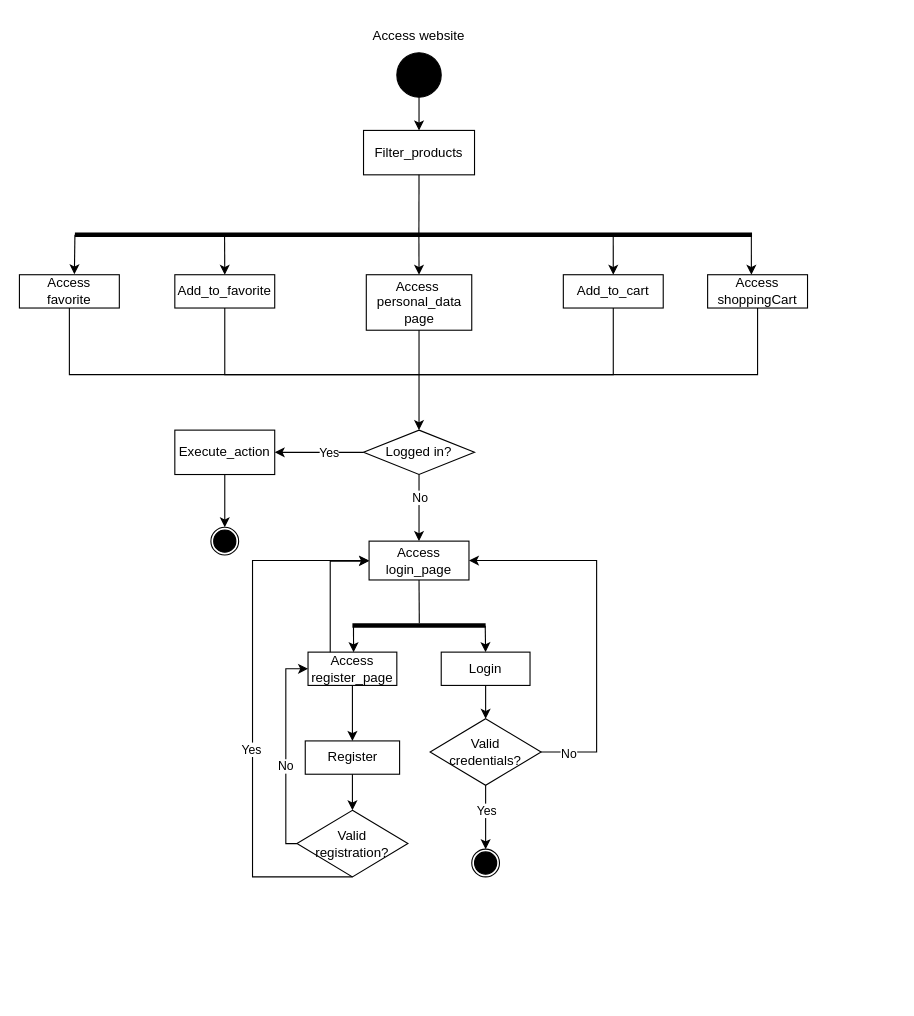
sergiusergiu1234/licenta keeps this draw.io diagram as Diagrame/Activity diagram 2.drawio. Above is the earlier version. Source tidied: cells renumbered, new cells numbered last; positions are measured from the earlier drawing's top-left corner, leaving out a move shared by most shapes. Both pictures are drawn from the tidied source at 111%, with x=0, y=0 at pixel (19, 19).
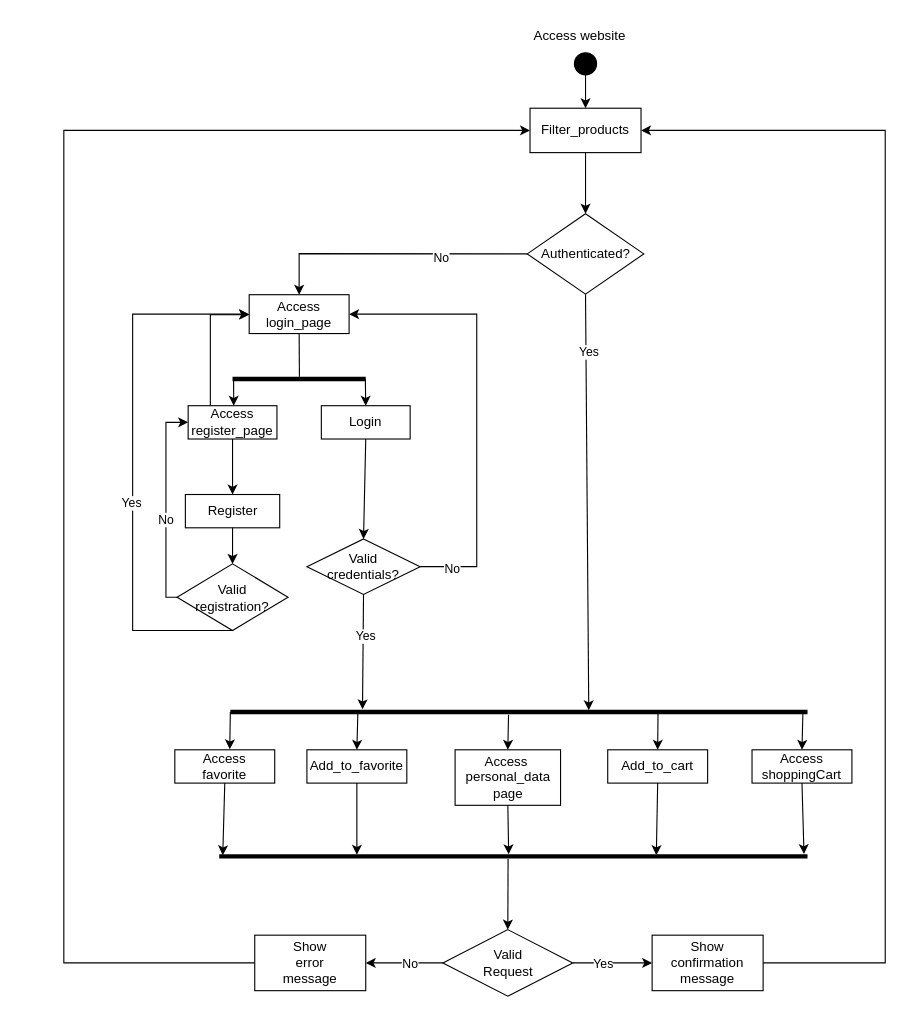
The same page after the edit.

Change to the diagram source:
```diff
@@
     <mxCell id="2" style="ellipse;whiteSpace=wrap;html=1;fillColor=#000000;" parent="1" vertex="1">
-      <mxGeometry x="340" y="30" width="40" height="40" as="geometry" />
+      <mxGeometry x="500" y="30" width="20" height="20" as="geometry" />
     </mxCell>
     <mxCell id="3" value="Access website" style="text;html=1;strokeColor=none;fillColor=none;align=center;verticalAlign=middle;whiteSpace=wrap;rounded=0;" parent="1" vertex="1">
-      <mxGeometry x="305" width="110" height="30" as="geometry" />
+      <mxGeometry x="450" width="110" height="30" as="geometry" />
     </mxCell>
-    <mxCell id="4" style="endArrow=classic;html=1;rounded=0;exitX=0.5;exitY=1;exitDx=0;exitDy=0;entryX=0.5;entryY=0;entryDx=0;entryDy=0;" parent="1" edge="1" source="2" target="5">
-      <mxGeometry relative="1" as="geometry" />
+    <mxCell id="4" style="endArrow=classic;html=1;rounded=0;exitX=0.5;exitY=1;exitDx=0;exitDy=0;entryX=0.5;entryY=0;entryDx=0;entryDy=0;" parent="1" edge="1" target="5">
+      <mxGeometry relative="1" as="geometry">
+        <mxPoint x="510" y="50" as="sourcePoint" />
+      </mxGeometry>
     </mxCell>
     <mxCell id="5" value="Filter_products" style="rounded=0;whiteSpace=wrap;html=1;fillColor=#FFFFFF;" parent="1" vertex="1">
-      <mxGeometry x="310" y="100" width="100" height="40" as="geometry" />
+      <mxGeometry x="460" y="80" width="100" height="40" as="geometry" />
     </mxCell>
-    <mxCell id="6" style="endArrow=none;html=1;rounded=0;entryX=0.5;entryY=1;entryDx=0;entryDy=0;exitX=0.508;exitY=0.477;exitDx=0;exitDy=0;exitPerimeter=0;" parent="1" edge="1" source="7" target="5">
-      <mxGeometry relative="1" as="geometry" />
-    </mxCell>
     <mxCell id="7" style="line;strokeWidth=4;fillColor=none;align=left;verticalAlign=middle;spacingTop=-1;spacingLeft=3;spacingRight=3;labelPosition=right;points=[];portConstraint=eastwest;strokeColor=#000000;" parent="1" vertex="1">
-      <mxGeometry x="50" y="190" width="610" height="8" as="geometry" />
+      <mxGeometry x="190" y="620" width="520" height="8" as="geometry" />
     </mxCell>
-    <mxCell id="8" style="endArrow=classic;html=1;rounded=0;exitX=0.999;exitY=0.576;exitDx=0;exitDy=0;exitPerimeter=0;entryX=0.438;entryY=0;entryDx=0;entryDy=0;entryPerimeter=0;" parent="1" edge="1" source="7" target="12">
+    <mxCell id="8" style="endArrow=classic;html=1;rounded=0;entryX=0.5;entryY=0;entryDx=0;entryDy=0;exitX=0.992;exitY=0.524;exitDx=0;exitDy=0;exitPerimeter=0;" parent="1" edge="1" source="7" target="12">
       <mxGeometry relative="1" as="geometry" />
     </mxCell>
@@
-    <mxCell id="10" style="endArrow=classic;html=1;rounded=0;exitX=0.508;exitY=0.621;exitDx=0;exitDy=0;exitPerimeter=0;" parent="1" edge="1" source="7">
+    <mxCell id="10" style="endArrow=classic;html=1;rounded=0;exitX=0.482;exitY=0.815;exitDx=0;exitDy=0;exitPerimeter=0;" parent="1" edge="1" source="7">
       <mxGeometry relative="1" as="geometry">
-        <mxPoint x="360" y="230" as="targetPoint" />
+        <mxPoint x="440" y="658" as="targetPoint" />
       </mxGeometry>
     </mxCell>
     <mxCell id="11" value="Access&lt;br&gt;favorite" style="rounded=0;whiteSpace=wrap;html=1;fillColor=#FFFFFF;" parent="1" vertex="1">
-      <mxGeometry y="230" width="90" height="30" as="geometry" />
+      <mxGeometry x="140" y="658" width="90" height="30" as="geometry" />
     </mxCell>
     <mxCell id="12" value="Access&lt;br&gt;shoppingCart" style="rounded=0;whiteSpace=wrap;html=1;fillColor=#FFFFFF;" parent="1" vertex="1">
-      <mxGeometry x="620" y="230" width="90" height="30" as="geometry" />
+      <mxGeometry x="660" y="658" width="90" height="30" as="geometry" />
     </mxCell>
     <mxCell id="13" value="Add_to_favorite" style="rounded=0;whiteSpace=wrap;html=1;fillColor=#FFFFFF;" parent="1" vertex="1">
-      <mxGeometry x="140" y="230" width="90" height="30" as="geometry" />
+      <mxGeometry x="259" y="658" width="90" height="30" as="geometry" />
     </mxCell>
     <mxCell id="14" value="Add_to_cart" style="rounded=0;whiteSpace=wrap;html=1;fillColor=#FFFFFF;" parent="1" vertex="1">
-      <mxGeometry x="490" y="230" width="90" height="30" as="geometry" />
+      <mxGeometry x="530" y="658" width="90" height="30" as="geometry" />
     </mxCell>
     <mxCell id="15" value="Access&amp;nbsp;&lt;br&gt;personal_data&lt;br&gt;page" style="rounded=0;whiteSpace=wrap;html=1;fillColor=#FFFFFF;" parent="1" vertex="1">
-      <mxGeometry x="312.5" y="230" width="95" height="50" as="geometry" />
+      <mxGeometry x="392.5" y="658" width="95" height="50" as="geometry" />
     </mxCell>
-    <mxCell id="16" style="endArrow=classic;html=1;rounded=0;elbow=vertical;exitX=0.5;exitY=1;exitDx=0;exitDy=0;entryX=0.5;entryY=0;entryDx=0;entryDy=0;" parent="1" edge="1" source="15" target="17">
-      <mxGeometry relative="1" as="geometry" />
-    </mxCell>
-    <mxCell id="17" value="Logged in?" style="rhombus;whiteSpace=wrap;html=1;fillColor=#FFFFFF;" parent="1" vertex="1">
-      <mxGeometry x="310" y="370" width="100" height="40" as="geometry" />
-    </mxCell>
-    <mxCell id="18" style="endArrow=none;html=1;rounded=0;elbow=vertical;entryX=0.5;entryY=1;entryDx=0;entryDy=0;edgeStyle=elbowEdgeStyle;" parent="1" edge="1" target="11">
-      <mxGeometry relative="1" as="geometry">
-        <mxPoint x="360" y="320" as="sourcePoint" />
-        <Array as="points">
-          <mxPoint x="210" y="320" />
-        </Array>
-      </mxGeometry>
-    </mxCell>
-    <mxCell id="19" style="endArrow=none;html=1;rounded=0;elbow=vertical;entryX=0.5;entryY=1;entryDx=0;entryDy=0;edgeStyle=elbowEdgeStyle;" parent="1" edge="1" target="13">
-      <mxGeometry relative="1" as="geometry">
-        <mxPoint x="360" y="320" as="sourcePoint" />
-        <Array as="points">
-          <mxPoint x="280" y="320" />
-        </Array>
-      </mxGeometry>
-    </mxCell>
-    <mxCell id="20" style="endArrow=none;html=1;rounded=0;elbow=vertical;entryX=0.5;entryY=1;entryDx=0;entryDy=0;edgeStyle=elbowEdgeStyle;" parent="1" edge="1" target="14">
-      <mxGeometry relative="1" as="geometry">
-        <mxPoint x="360" y="320" as="sourcePoint" />
-        <Array as="points">
-          <mxPoint x="450" y="320" />
-        </Array>
-      </mxGeometry>
-    </mxCell>
-    <mxCell id="21" style="endArrow=none;html=1;rounded=0;elbow=vertical;entryX=0.5;entryY=1;entryDx=0;entryDy=0;edgeStyle=elbowEdgeStyle;" parent="1" edge="1" target="12">
-      <mxGeometry relative="1" as="geometry">
-        <mxPoint x="360" y="320" as="sourcePoint" />
-        <Array as="points">
-          <mxPoint x="510" y="320" />
-        </Array>
-      </mxGeometry>
-    </mxCell>
     <mxCell id="22" value="Access&lt;br&gt;login_page" style="rounded=0;whiteSpace=wrap;html=1;fillColor=#FFFFFF;" parent="1" vertex="1">
-      <mxGeometry x="315" y="470" width="90" height="35" as="geometry" />
+      <mxGeometry x="207" y="248" width="90" height="35" as="geometry" />
     </mxCell>
-    <mxCell id="23" style="endArrow=classic;html=1;rounded=0;elbow=vertical;exitX=0.5;exitY=1;exitDx=0;exitDy=0;entryX=0.5;entryY=0;entryDx=0;entryDy=0;" parent="1" edge="1" source="17" target="22">
-      <mxGeometry relative="1" as="geometry" />
-    </mxCell>
-    <mxCell id="24" value="No" style="edgeLabel;html=1;align=center;verticalAlign=middle;" parent="23" vertex="1">
-      <mxGeometry x="-0.55" relative="1" as="geometry">
-        <mxPoint y="7" as="offset" />
-      </mxGeometry>
-    </mxCell>
-    <mxCell id="25" style="endArrow=classic;html=1;rounded=0;elbow=vertical;entryX=0.5;entryY=0;entryDx=0;entryDy=0;exitX=0.795;exitY=0.564;exitDx=0;exitDy=0;exitPerimeter=0;" parent="1" edge="1" source="7" target="14">
+    <mxCell id="25" style="endArrow=classic;html=1;rounded=0;elbow=vertical;entryX=0.5;entryY=0;entryDx=0;entryDy=0;exitX=0.741;exitY=0.417;exitDx=0;exitDy=0;exitPerimeter=0;" parent="1" edge="1" source="7" target="14">
       <mxGeometry relative="1" as="geometry" />
     </mxCell>
@@
-    <mxCell id="27" style="endArrow=classic;html=1;rounded=0;elbow=vertical;exitX=0;exitY=0.5;exitDx=0;exitDy=0;entryX=1;entryY=0.5;entryDx=0;entryDy=0;" parent="1" edge="1" source="17" target="29">
-      <mxGeometry relative="1" as="geometry" />
-    </mxCell>
-    <mxCell id="28" value="Yes" style="edgeLabel;html=1;align=center;verticalAlign=middle;" parent="27" vertex="1">
-      <mxGeometry x="-0.4" y="-3" relative="1" as="geometry">
-        <mxPoint x="-8" y="3" as="offset" />
-      </mxGeometry>
-    </mxCell>
-    <mxCell id="29" value="Execute_action" style="rounded=0;whiteSpace=wrap;html=1;strokeColor=#000000;fillColor=#FFFFFF;" parent="1" vertex="1">
-      <mxGeometry x="140" y="370" width="90" height="40" as="geometry" />
-    </mxCell>
@@
     <mxCell id="31" style="line;strokeWidth=4;fillColor=none;align=left;verticalAlign=middle;spacingTop=-1;spacingLeft=3;spacingRight=3;labelPosition=right;points=[];portConstraint=eastwest;strokeColor=#000000;" parent="1" vertex="1">
-      <mxGeometry x="300" y="542" width="120" height="8" as="geometry" />
+      <mxGeometry x="192" y="320" width="120" height="8" as="geometry" />
     </mxCell>
@@
     <mxCell id="34" value="Login" style="rounded=0;whiteSpace=wrap;html=1;strokeColor=#000000;fillColor=#FFFFFF;" parent="1" vertex="1">
-      <mxGeometry x="380" y="570" width="80" height="30" as="geometry" />
+      <mxGeometry x="272" y="348" width="80" height="30" as="geometry" />
     </mxCell>
     <mxCell id="35" value="Access&lt;br&gt;register_page" style="rounded=0;whiteSpace=wrap;html=1;strokeColor=#000000;fillColor=#FFFFFF;" parent="1" vertex="1">
-      <mxGeometry x="260" y="570" width="80" height="30" as="geometry" />
+      <mxGeometry x="152" y="348" width="80" height="30" as="geometry" />
     </mxCell>
-    <mxCell id="36" style="endArrow=classic;html=1;rounded=0;elbow=vertical;exitX=0.5;exitY=1;exitDx=0;exitDy=0;entryX=0.5;entryY=0;entryDx=0;entryDy=0;" parent="1" edge="1" source="29" target="37">
-      <mxGeometry relative="1" as="geometry" />
-    </mxCell>
-    <mxCell id="37" style="ellipse;whiteSpace=wrap;html=1;strokeColor=#000000;fillColor=#FFFFFF;" parent="1" vertex="1">
-      <mxGeometry x="172.5" y="457.5" width="25" height="25" as="geometry" />
-    </mxCell>
-    <mxCell id="38" style="ellipse;whiteSpace=wrap;html=1;fillColor=#000000;" parent="1" vertex="1">
-      <mxGeometry x="175" y="460" width="20" height="20" as="geometry" />
-    </mxCell>
     <mxCell id="39" value="Valid&lt;br&gt;credentials?" style="rhombus;whiteSpace=wrap;html=1;strokeColor=#000000;fillColor=#FFFFFF;" parent="1" vertex="1">
-      <mxGeometry x="370" y="630" width="100" height="60" as="geometry" />
+      <mxGeometry x="259" y="468" width="102" height="50" as="geometry" />
     </mxCell>
@@
     <mxCell id="41" style="endArrow=classic;html=1;rounded=0;exitX=1;exitY=0.5;exitDx=0;exitDy=0;entryX=1;entryY=0.5;entryDx=0;entryDy=0;edgeStyle=elbowEdgeStyle;" parent="1" edge="1" source="39" target="22">
       <mxGeometry relative="1" as="geometry">
         <Array as="points">
-          <mxPoint x="520" y="570" />
+          <mxPoint x="412" y="348" />
         </Array>
       </mxGeometry>
     </mxCell>
@@
-    <mxCell id="43" style="endArrow=classic;html=1;rounded=0;exitX=0.5;exitY=1;exitDx=0;exitDy=0;entryX=0.5;entryY=0;entryDx=0;entryDy=0;" parent="1" edge="1" source="39" target="50">
-      <mxGeometry relative="1" as="geometry" />
-    </mxCell>
-    <mxCell id="44" value="Yes" style="edgeLabel;html=1;align=center;verticalAlign=middle;" parent="43" vertex="1">
-      <mxGeometry x="-0.29" y="1" relative="1" as="geometry">
-        <mxPoint x="-1" y="2" as="offset" />
-      </mxGeometry>
-    </mxCell>
     <mxCell id="45" value="Valid&lt;br&gt;registration?" style="rhombus;whiteSpace=wrap;html=1;strokeColor=#000000;fillColor=#FFFFFF;" parent="1" vertex="1">
-      <mxGeometry x="250" y="712.5" width="100" height="60" as="geometry" />
+      <mxGeometry x="142" y="490.5" width="100" height="60" as="geometry" />
     </mxCell>
     <mxCell id="46" style="endArrow=classic;html=1;rounded=0;exitX=0.5;exitY=1;exitDx=0;exitDy=0;entryX=0;entryY=0.5;entryDx=0;entryDy=0;edgeStyle=elbowEdgeStyle;" parent="1" edge="1" source="45" target="22">
       <mxGeometry relative="1" as="geometry">
         <Array as="points">
-          <mxPoint x="210" y="590" />
+          <mxPoint x="102" y="368" />
         </Array>
       </mxGeometry>
     </mxCell>
@@
     <mxCell id="48" style="endArrow=classic;html=1;rounded=0;exitX=0;exitY=0.5;exitDx=0;exitDy=0;entryX=0;entryY=0.5;entryDx=0;entryDy=0;edgeStyle=elbowEdgeStyle;" parent="1" edge="1" source="45" target="35">
       <mxGeometry relative="1" as="geometry">
         <Array as="points">
-          <mxPoint x="240" y="630" />
+          <mxPoint x="132" y="408" />
         </Array>
       </mxGeometry>
     </mxCell>
@@
-    <mxCell id="50" style="ellipse;whiteSpace=wrap;html=1;strokeColor=#000000;fillColor=#FFFFFF;" parent="1" vertex="1">
-      <mxGeometry x="407.5" y="747.5" width="25" height="25" as="geometry" />
-    </mxCell>
-    <mxCell id="51" style="ellipse;whiteSpace=wrap;html=1;fillColor=#000000;" parent="1" vertex="1">
-      <mxGeometry x="410" y="750" width="20" height="20" as="geometry" />
-    </mxCell>
@@
     <mxCell id="53" style="endArrow=classic;html=1;rounded=0;exitX=0.25;exitY=0;exitDx=0;exitDy=0;entryX=0;entryY=0.5;entryDx=0;entryDy=0;edgeStyle=elbowEdgeStyle;elbow=vertical;" parent="1" edge="1" source="35" target="22">
       <mxGeometry relative="1" as="geometry">
         <Array as="points">
-          <mxPoint x="280" y="488" />
+          <mxPoint x="172" y="266" />
         </Array>
       </mxGeometry>
     </mxCell>
     <mxCell id="54" value="Register" style="rounded=0;whiteSpace=wrap;html=1;strokeColor=#000000;fillColor=#FFFFFF;" parent="1" vertex="1">
-      <mxGeometry x="257.5" y="650" width="85" height="30" as="geometry" />
+      <mxGeometry x="149.5" y="428" width="85" height="30" as="geometry" />
     </mxCell>
@@
+    <mxCell id="56" style="line;strokeWidth=4;fillColor=none;align=left;verticalAlign=middle;spacingTop=-1;spacingLeft=3;spacingRight=3;labelPosition=right;points=[];portConstraint=eastwest;strokeColor=#000000;" parent="1" vertex="1">
+      <mxGeometry x="180" y="750" width="530" height="8" as="geometry" />
+    </mxCell>
+    <mxCell id="57" style="endArrow=classic;html=1;rounded=0;exitX=0.5;exitY=1;exitDx=0;exitDy=0;entryX=0.006;entryY=0.375;entryDx=0;entryDy=0;entryPerimeter=0;" parent="1" edge="1" source="11" target="56">
+      <mxGeometry relative="1" as="geometry" />
+    </mxCell>
+    <mxCell id="58" style="endArrow=classic;html=1;rounded=0;exitX=0.5;exitY=1;exitDx=0;exitDy=0;entryX=0.234;entryY=0.326;entryDx=0;entryDy=0;entryPerimeter=0;" parent="1" edge="1" source="13" target="56">
+      <mxGeometry relative="1" as="geometry" />
+    </mxCell>
+    <mxCell id="59" style="endArrow=classic;html=1;rounded=0;exitX=0.5;exitY=1;exitDx=0;exitDy=0;entryX=0.492;entryY=0.271;entryDx=0;entryDy=0;entryPerimeter=0;" parent="1" edge="1" source="15" target="56">
+      <mxGeometry relative="1" as="geometry" />
+    </mxCell>
+    <mxCell id="60" style="endArrow=classic;html=1;rounded=0;exitX=0.5;exitY=1;exitDx=0;exitDy=0;entryX=0.743;entryY=0.367;entryDx=0;entryDy=0;entryPerimeter=0;" parent="1" edge="1" source="14" target="56">
+      <mxGeometry relative="1" as="geometry" />
+    </mxCell>
+    <mxCell id="61" style="endArrow=classic;html=1;rounded=0;exitX=0.5;exitY=1;exitDx=0;exitDy=0;entryX=0.994;entryY=0.242;entryDx=0;entryDy=0;entryPerimeter=0;" parent="1" edge="1" source="12" target="56">
+      <mxGeometry relative="1" as="geometry" />
+    </mxCell>
+    <mxCell id="62" value="Valid &lt;br&gt;Request" style="rhombus;whiteSpace=wrap;html=1;" parent="1" vertex="1">
+      <mxGeometry x="381.5" y="820" width="117" height="60" as="geometry" />
+    </mxCell>
+    <mxCell id="63" value="Authenticated?" style="rhombus;whiteSpace=wrap;html=1;" parent="1" vertex="1">
+      <mxGeometry x="457.5" y="175" width="105" height="72.5" as="geometry" />
+    </mxCell>
+    <mxCell id="64" style="endArrow=classic;html=1;rounded=0;exitX=0.5;exitY=1;exitDx=0;exitDy=0;entryX=0.5;entryY=0;entryDx=0;entryDy=0;" parent="1" edge="1" source="5" target="63">
+      <mxGeometry relative="1" as="geometry" />
+    </mxCell>
+    <mxCell id="65" style="endArrow=classic;html=1;rounded=0;exitX=0;exitY=0.5;exitDx=0;exitDy=0;entryX=0.5;entryY=0;entryDx=0;entryDy=0;edgeStyle=elbowEdgeStyle;elbow=vertical;" parent="1" edge="1" source="63" target="22">
+      <mxGeometry relative="1" as="geometry">
+        <Array as="points">
+          <mxPoint x="350" y="211" />
+        </Array>
+      </mxGeometry>
+    </mxCell>
+    <mxCell id="66" value="No" style="edgeLabel;html=1;align=center;verticalAlign=middle;" parent="65" vertex="1">
+      <mxGeometry x="-0.36" y="3" relative="1" as="geometry" />
+    </mxCell>
+    <mxCell id="67" style="endArrow=classic;html=1;rounded=0;elbow=vertical;exitX=0.5;exitY=1;exitDx=0;exitDy=0;entryX=0.621;entryY=0.296;entryDx=0;entryDy=0;entryPerimeter=0;" parent="1" edge="1" source="63" target="7">
+      <mxGeometry relative="1" as="geometry" />
+    </mxCell>
+    <mxCell id="68" value="Yes" style="edgeLabel;html=1;align=center;verticalAlign=middle;" parent="67" vertex="1">
+      <mxGeometry x="-0.72" y="2" relative="1" as="geometry" />
+    </mxCell>
+    <mxCell id="69" style="endArrow=classic;html=1;rounded=0;elbow=vertical;exitX=0.5;exitY=1;exitDx=0;exitDy=0;entryX=0.229;entryY=0.194;entryDx=0;entryDy=0;entryPerimeter=0;" parent="1" edge="1" source="39" target="7">
+      <mxGeometry relative="1" as="geometry" />
+    </mxCell>
+    <mxCell id="70" value="Yes" style="edgeLabel;html=1;align=center;verticalAlign=middle;" parent="69" vertex="1">
+      <mxGeometry x="-0.29" y="2" relative="1" as="geometry" />
+    </mxCell>
+    <mxCell id="71" style="endArrow=classic;html=1;rounded=0;elbow=vertical;exitX=0;exitY=0.5;exitDx=0;exitDy=0;entryX=1;entryY=0.5;entryDx=0;entryDy=0;" parent="1" edge="1" source="62" target="76">
+      <mxGeometry relative="1" as="geometry" />
+    </mxCell>
+    <mxCell id="72" value="No" style="edgeLabel;html=1;align=center;verticalAlign=middle;" parent="71" vertex="1">
+      <mxGeometry x="0.48" relative="1" as="geometry">
+        <mxPoint x="21" as="offset" />
+      </mxGeometry>
+    </mxCell>
+    <mxCell id="73" style="endArrow=classic;html=1;rounded=0;elbow=vertical;exitX=1;exitY=0.5;exitDx=0;exitDy=0;entryX=0;entryY=0.5;entryDx=0;entryDy=0;" parent="1" edge="1" source="62" target="75">
+      <mxGeometry relative="1" as="geometry" />
+    </mxCell>
+    <mxCell id="74" value="Yes" style="edgeLabel;html=1;align=center;verticalAlign=middle;" parent="73" vertex="1">
+      <mxGeometry x="-0.42" y="-2" relative="1" as="geometry">
+        <mxPoint x="6" y="-2" as="offset" />
+      </mxGeometry>
+    </mxCell>
+    <mxCell id="75" value="Show confirmation&lt;br&gt;message" style="rounded=0;whiteSpace=wrap;html=1;" parent="1" vertex="1">
+      <mxGeometry x="570" y="825" width="100" height="50" as="geometry" />
+    </mxCell>
+    <mxCell id="76" value="Show&lt;br&gt;error&lt;br&gt;message" style="rounded=0;whiteSpace=wrap;html=1;" parent="1" vertex="1">
+      <mxGeometry x="212" y="825" width="100" height="50" as="geometry" />
+    </mxCell>
+    <mxCell id="77" style="edgeStyle=elbowEdgeStyle;rounded=0;orthogonalLoop=1;jettySize=auto;elbow=vertical;html=1;exitX=1;exitY=0.5;exitDx=0;exitDy=0;" parent="1" edge="1" source="76" target="76">
+      <mxGeometry relative="1" as="geometry" />
+    </mxCell>
+    <mxCell id="78" style="endArrow=classic;html=1;rounded=0;elbow=vertical;exitX=0.491;exitY=0.771;exitDx=0;exitDy=0;exitPerimeter=0;entryX=0.5;entryY=0;entryDx=0;entryDy=0;" parent="1" edge="1" source="56" target="62">
+      <mxGeometry relative="1" as="geometry" />
+    </mxCell>
+    <mxCell id="79" style="endArrow=classic;html=1;rounded=0;exitX=1;exitY=0.5;exitDx=0;exitDy=0;entryX=1;entryY=0.5;entryDx=0;entryDy=0;edgeStyle=elbowEdgeStyle;" parent="1" edge="1" source="75" target="5">
+      <mxGeometry relative="1" as="geometry">
+        <Array as="points">
+          <mxPoint x="780" y="490" />
+        </Array>
+      </mxGeometry>
+    </mxCell>
+    <mxCell id="80" style="endArrow=classic;html=1;rounded=0;exitX=0;exitY=0.5;exitDx=0;exitDy=0;entryX=0;entryY=0.5;entryDx=0;entryDy=0;edgeStyle=elbowEdgeStyle;" parent="1" edge="1" source="76" target="5">
+      <mxGeometry relative="1" as="geometry">
+        <Array as="points">
+          <mxPoint x="40" y="490" />
+        </Array>
+      </mxGeometry>
+    </mxCell>
```
